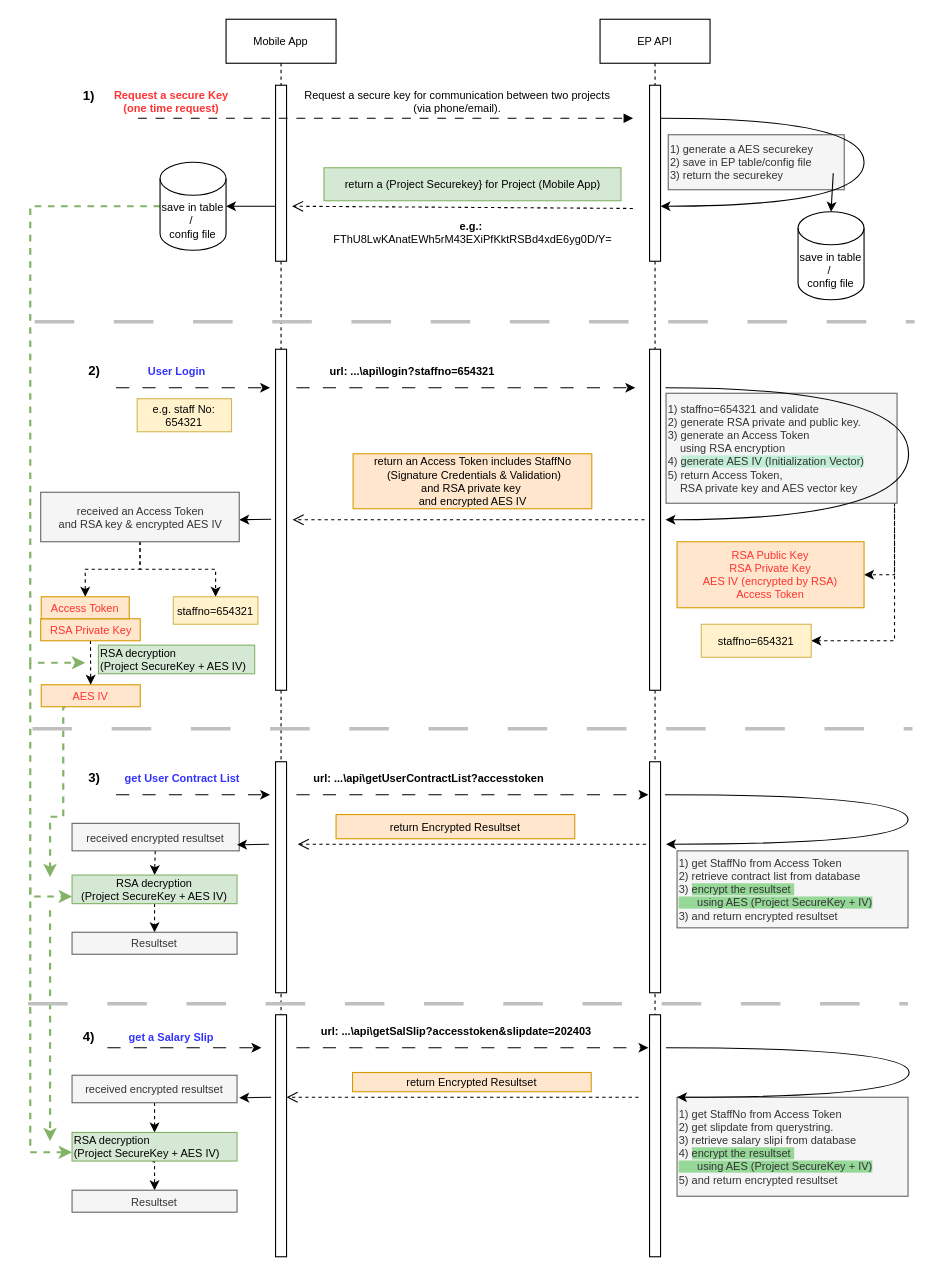
The draw.io diagram employeePortal_API_workflow.drawio in mujianlo/hrpt_drawio, before the edit. Source tidied: cells renumbered, new cells numbered last; positions are measured from the earlier drawing's top-left corner, leaving out a move shared by most shapes. Both pictures are drawn from the tidied source at 110%, with x=0, y=0 at pixel (28, 19).
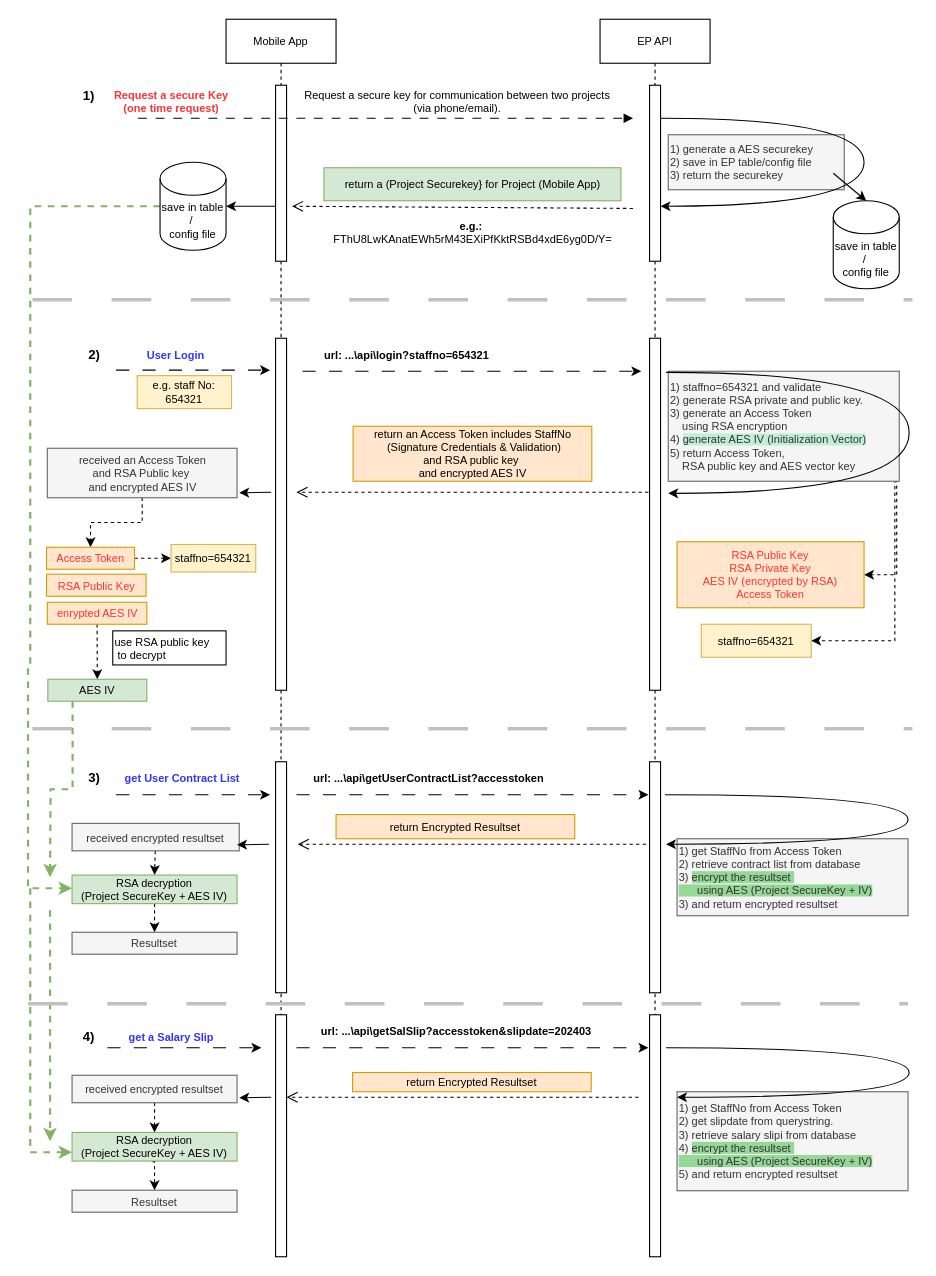
The same page after the edit.

The change refers to these unchanged cells:
```xml
<mxCell id="6" value="Mobile App" style="shape=umlLifeline;perimeter=lifelinePerimeter;whiteSpace=wrap;html=1;newEdgeStyle={&quot;edgeStyle&quot;:&quot;elbowEdgeStyle&quot;,&quot;elbow&quot;:&quot;vertical&quot;,&quot;curved&quot;:0,&quot;rounded&quot;:0};fontSize=10;" parent="1" vertex="1">
  <mxGeometry x="180" width="100" height="1115" as="geometry" />
</mxCell>
<mxCell id="9" value="EP API" style="shape=umlLifeline;perimeter=lifelinePerimeter;whiteSpace=wrap;html=1;newEdgeStyle={&quot;edgeStyle&quot;:&quot;elbowEdgeStyle&quot;,&quot;elbow&quot;:&quot;vertical&quot;,&quot;curved&quot;:0,&quot;rounded&quot;:0};fontSize=10;" parent="1" vertex="1">
  <mxGeometry x="520" width="100" height="1125" as="geometry" />
</mxCell>
<mxCell id="17" value="&lt;div style=&quot;font-size: 10px;&quot;&gt;save in table /&amp;nbsp;&lt;/div&gt;&lt;div style=&quot;font-size: 10px;&quot;&gt;config file&lt;br style=&quot;font-size: 10px;&quot;&gt;&lt;/div&gt;" style="shape=cylinder3;whiteSpace=wrap;html=1;boundedLbl=1;backgroundOutline=1;size=15;fontSize=10;" parent="1" vertex="1">
  <mxGeometry x="120" y="130" width="60" height="80" as="geometry" />
</mxCell>
<mxCell id="64" value="&lt;div&gt;RSA decryption&lt;/div&gt;&lt;div&gt;(Project SecureKey + AES IV) &lt;/div&gt;" style="rounded=0;whiteSpace=wrap;html=1;fontSize=10;strokeColor=#82b366;align=center;fillColor=#d5e8d4;" parent="1" vertex="1">
  <mxGeometry x="40" y="778" width="150" height="26" as="geometry" />
</mxCell>
```

Change to the diagram source:
```diff
@@
-    <mxCell id="2" value="&lt;div&gt;RSA decryption&lt;/div&gt;&lt;div&gt;(Project SecureKey + AES IV) &lt;/div&gt;" style="rounded=0;whiteSpace=wrap;html=1;fontSize=10;strokeColor=#82b366;align=left;fillColor=#d5e8d4;" parent="1" vertex="1">
-      <mxGeometry x="64" y="569" width="142" height="26" as="geometry" />
+    <mxCell id="2" value="&lt;div&gt;use RSA public key&lt;/div&gt;&lt;div&gt;&amp;nbsp;to decrypt&lt;br&gt;&lt;/div&gt;" style="rounded=0;whiteSpace=wrap;html=1;fontSize=10;align=left;" parent="1" vertex="1">
+      <mxGeometry x="77" y="556" width="103" height="31" as="geometry" />
     </mxCell>
@@
-    <mxCell id="4" value="&lt;div&gt;return an Access Token includes StaffNo&lt;br&gt;&lt;/div&gt;&lt;div&gt;&amp;nbsp;(Signature Credentials &amp;amp; Validation)&lt;/div&gt;&lt;div&gt;and RSA private key&amp;nbsp;&lt;/div&gt;&lt;div&gt;and encrypted AES IV&lt;br&gt;&lt;/div&gt;" style="rounded=0;whiteSpace=wrap;html=1;fillColor=#ffe6cc;strokeColor=#d79b00;fontSize=10;" parent="1" vertex="1">
-      <mxGeometry x="295.5" y="395" width="217" height="50" as="geometry" />
+    <mxCell id="4" value="&lt;div&gt;return an Access Token includes StaffNo&lt;br&gt;&lt;/div&gt;&lt;div&gt;&amp;nbsp;(Signature Credentials &amp;amp; Validation)&lt;/div&gt;&lt;div&gt;and RSA public key&amp;nbsp;&lt;/div&gt;&lt;div&gt;and encrypted AES IV&lt;br&gt;&lt;/div&gt;" style="rounded=0;whiteSpace=wrap;html=1;fillColor=#ffe6cc;strokeColor=#d79b00;fontSize=10;" parent="1" vertex="1">
+      <mxGeometry x="295.5" y="370" width="217" height="50" as="geometry" />
     </mxCell>
@@
     <mxCell id="8" style="html=1;perimeter=orthogonalPerimeter;targetShapes=umlLifeline;newEdgeStyle={&quot;curved&quot;:0,&quot;rounded&quot;:0};fontSize=10;" parent="6" vertex="1">
-      <mxGeometry x="45" y="300" width="10" height="310" as="geometry" />
+      <mxGeometry x="45" y="290" width="10" height="320" as="geometry" />
     </mxCell>
@@
     <mxCell id="12" style="html=1;perimeter=orthogonalPerimeter;targetShapes=umlLifeline;newEdgeStyle={&quot;curved&quot;:0,&quot;rounded&quot;:0};fontSize=10;" parent="9" vertex="1">
-      <mxGeometry x="45" y="300" width="10" height="310" as="geometry" />
+      <mxGeometry x="45" y="290" width="10" height="320" as="geometry" />
     </mxCell>
@@
-    <mxCell id="16" style="edgeStyle=orthogonalEdgeStyle;rounded=0;jettySize=auto;html=1;exitX=0;exitY=0.5;exitDx=0;exitDy=0;exitPerimeter=0;strokeWidth=2;fillColor=#d5e8d4;strokeColor=#82b366;dashed=1;" parent="1" edge="1" source="17">
+    <mxCell id="16" style="edgeStyle=orthogonalEdgeStyle;rounded=0;jettySize=auto;html=1;exitX=0;exitY=0.5;exitDx=0;exitDy=0;exitPerimeter=0;strokeWidth=2;fillColor=#d5e8d4;strokeColor=#82b366;dashed=1;entryX=0;entryY=0.462;entryDx=0;entryDy=0;entryPerimeter=0;" parent="1" edge="1" source="17" target="64">
       <mxGeometry relative="1" as="geometry">
-        <mxPoint x="52" y="585" as="targetPoint" />
         <Array as="points">
           <mxPoint x="2" y="170" />
           <mxPoint x="2" y="585" />
-          <mxPoint x="42" y="585" />
+          <mxPoint y="585" />
+          <mxPoint y="790" />
         </Array>
       </mxGeometry>
     </mxCell>
@@
     <mxCell id="20" value="&lt;div style=&quot;font-size: 10px;&quot;&gt;save in table /&amp;nbsp;&lt;/div&gt;&lt;div style=&quot;font-size: 10px;&quot;&gt;config file&lt;br style=&quot;font-size: 10px;&quot;&gt;&lt;/div&gt;" style="shape=cylinder3;whiteSpace=wrap;html=1;boundedLbl=1;backgroundOutline=1;size=15;fontSize=10;" parent="1" vertex="1">
-      <mxGeometry x="700" y="175" width="60" height="80" as="geometry" />
+      <mxGeometry x="732" y="165" width="60" height="80" as="geometry" />
     </mxCell>
@@
     <mxCell id="22" value="User Login" style="text;html=1;align=center;verticalAlign=middle;strokeColor=none;fillColor=none;fontSize=10;fontStyle=1;fontColor=#3333FF;" parent="1" vertex="1">
-      <mxGeometry x="100" y="305" width="70" height="30" as="geometry" />
+      <mxGeometry x="99.2" y="290" width="70" height="30" as="geometry" />
     </mxCell>
     <mxCell id="23" style="endArrow=classic;html=1;rounded=0;dashed=1;dashPattern=12 12;fontSize=10;" parent="1" edge="1">
       <mxGeometry relative="1" as="geometry">
-        <mxPoint x="80" y="335" as="sourcePoint" />
-        <mxPoint x="220" y="335" as="targetPoint" />
+        <mxPoint x="80" y="319" as="sourcePoint" />
+        <mxPoint x="220" y="319" as="targetPoint" />
       </mxGeometry>
     </mxCell>
     <mxCell id="24" style="endArrow=classic;html=1;rounded=0;dashed=1;dashPattern=12 12;edgeStyle=elbowEdgeStyle;fontSize=10;" parent="1" edge="1">
       <mxGeometry relative="1" as="geometry">
-        <mxPoint x="244" y="335" as="sourcePoint" />
-        <mxPoint x="552" y="335" as="targetPoint" />
+        <mxPoint x="249.5" y="320" as="sourcePoint" />
+        <mxPoint x="557.5" y="320" as="targetPoint" />
       </mxGeometry>
     </mxCell>
     <mxCell id="25" value="url: ...\api\login?staffno=654321" style="text;html=1;align=center;verticalAlign=middle;strokeColor=none;fillColor=none;fontStyle=1;fontSize=10;" parent="1" vertex="1">
-      <mxGeometry x="263.5" y="305" width="170" height="30" as="geometry" />
+      <mxGeometry x="259" y="290" width="170" height="30" as="geometry" />
     </mxCell>
@@
-    <mxCell id="28" value="&lt;div style=&quot;font-size: 10px;&quot;&gt;&lt;font style=&quot;font-size: 10px;&quot;&gt;1) staffno=654321 and validate&lt;br style=&quot;font-size: 10px;&quot;&gt;&lt;/font&gt;&lt;/div&gt;&lt;div style=&quot;font-size: 10px;&quot;&gt;&lt;font style=&quot;font-size: 10px;&quot;&gt;2) generate RSA&lt;font style=&quot;font-size: 10px;&quot;&gt; private and public key.&lt;/font&gt;&lt;/font&gt;&lt;/div&gt;&lt;div style=&quot;font-size: 10px;&quot;&gt;&lt;font style=&quot;font-size: 10px;&quot;&gt;&lt;font style=&quot;font-size: 10px;&quot;&gt;3) generate an Access Token&amp;nbsp;&lt;/font&gt;&lt;/font&gt;&lt;/div&gt;&lt;div style=&quot;font-size: 10px;&quot;&gt;&lt;font style=&quot;font-size: 10px;&quot;&gt;&lt;font style=&quot;font-size: 10px;&quot;&gt;&amp;nbsp;&amp;nbsp;&amp;nbsp; using RSA encryption&lt;br&gt;&lt;/font&gt;&lt;/font&gt;&lt;/div&gt;&lt;div style=&quot;font-size: 10px;&quot;&gt;&lt;font style=&quot;font-size: 10px;&quot;&gt;&lt;font style=&quot;font-size: 10px;&quot;&gt;4) &lt;/font&gt;&lt;/font&gt;&lt;font style=&quot;font-size: 10px; background-color: rgb(193, 238, 213);&quot;&gt;&lt;font style=&quot;font-size: 10px;&quot;&gt;generate AES IV (Initialization Vector)&lt;br&gt;&lt;/font&gt;&lt;/font&gt;&lt;/div&gt;&lt;div&gt;5) return Access Token,&amp;nbsp;&lt;/div&gt;&lt;div&gt;&amp;nbsp;&amp;nbsp;&amp;nbsp; RSA private key and AES vector key&lt;br&gt;&lt;/div&gt;" style="text;html=1;align=left;verticalAlign=middle;points=[];fontSize=10;fillColor=#f5f5f5;fontColor=#333333;strokeColor=#666666;" parent="1" vertex="1">
-      <mxGeometry x="580" y="340" width="210" height="100" as="geometry" />
+    <mxCell id="28" value="&lt;div style=&quot;font-size: 10px;&quot;&gt;&lt;font style=&quot;font-size: 10px;&quot;&gt;1) staffno=654321 and validate&lt;br style=&quot;font-size: 10px;&quot;&gt;&lt;/font&gt;&lt;/div&gt;&lt;div style=&quot;font-size: 10px;&quot;&gt;&lt;font style=&quot;font-size: 10px;&quot;&gt;2) generate RSA&lt;font style=&quot;font-size: 10px;&quot;&gt; private and public key.&lt;/font&gt;&lt;/font&gt;&lt;/div&gt;&lt;div style=&quot;font-size: 10px;&quot;&gt;&lt;font style=&quot;font-size: 10px;&quot;&gt;&lt;font style=&quot;font-size: 10px;&quot;&gt;3) generate an Access Token&amp;nbsp;&lt;/font&gt;&lt;/font&gt;&lt;/div&gt;&lt;div style=&quot;font-size: 10px;&quot;&gt;&lt;font style=&quot;font-size: 10px;&quot;&gt;&lt;font style=&quot;font-size: 10px;&quot;&gt;&amp;nbsp;&amp;nbsp;&amp;nbsp; using RSA encryption&lt;br&gt;&lt;/font&gt;&lt;/font&gt;&lt;/div&gt;&lt;div style=&quot;font-size: 10px;&quot;&gt;&lt;font style=&quot;font-size: 10px;&quot;&gt;&lt;font style=&quot;font-size: 10px;&quot;&gt;4) &lt;/font&gt;&lt;/font&gt;&lt;font style=&quot;font-size: 10px; background-color: rgb(193, 238, 213);&quot;&gt;&lt;font style=&quot;font-size: 10px;&quot;&gt;generate AES IV (Initialization Vector)&lt;br&gt;&lt;/font&gt;&lt;/font&gt;&lt;/div&gt;&lt;div&gt;5) return Access Token,&amp;nbsp;&lt;/div&gt;&lt;div&gt;&amp;nbsp;&amp;nbsp;&amp;nbsp; RSA public key and AES vector key&lt;br&gt;&lt;/div&gt;" style="text;html=1;align=left;verticalAlign=middle;points=[];fontSize=10;fillColor=#f5f5f5;fontColor=#333333;strokeColor=#666666;" parent="1" vertex="1">
+      <mxGeometry x="582" y="320" width="210" height="100" as="geometry" />
     </mxCell>
     <mxCell id="29" style="html=1;verticalAlign=bottom;endArrow=open;dashed=1;endSize=8;elbow=horizontal;rounded=0;fontSize=10;" parent="1" edge="1">
       <mxGeometry relative="1" as="geometry">
-        <mxPoint x="560.5" y="455" as="sourcePoint" />
-        <mxPoint x="240.5" y="455" as="targetPoint" />
+        <mxPoint x="564" y="430" as="sourcePoint" />
+        <mxPoint x="244" y="430" as="targetPoint" />
       </mxGeometry>
     </mxCell>
     <mxCell id="30" style="edgeStyle=orthogonalEdgeStyle;rounded=0;orthogonalLoop=1;jettySize=auto;html=1;elbow=vertical;curved=1;fontSize=10;" parent="1" edge="1">
       <mxGeometry relative="1" as="geometry">
-        <mxPoint x="579.5" y="335" as="sourcePoint" />
-        <mxPoint x="579.5" y="455" as="targetPoint" />
+        <mxPoint x="580" y="321" as="sourcePoint" />
+        <mxPoint x="582" y="431" as="targetPoint" />
         <Array as="points">
-          <mxPoint x="800.5" y="335" />
-          <mxPoint x="800.5" y="455" />
+          <mxPoint x="801" y="321" />
+          <mxPoint x="801" y="431" />
         </Array>
       </mxGeometry>
     </mxCell>
     <mxCell id="31" style="endArrow=none;dashed=1;html=1;rounded=0;dashPattern=12 12;fillColor=#e1d5e7;strokeColor=#c0c0c0;strokeWidth=3;" parent="1" edge="1">
       <mxGeometry relative="1" as="geometry">
-        <mxPoint x="6" y="275" as="sourcePoint" />
-        <mxPoint x="806" y="275" as="targetPoint" />
+        <mxPoint x="4" y="255" as="sourcePoint" />
+        <mxPoint x="804" y="255" as="targetPoint" />
       </mxGeometry>
     </mxCell>
-    <mxCell id="32" style="edgeStyle=orthogonalEdgeStyle;rounded=0;jettySize=auto;html=1;strokeWidth=2;fillColor=#d5e8d4;strokeColor=#82b366;dashed=1;exitX=0.25;exitY=1;exitDx=0;exitDy=0;" parent="1" edge="1" source="33">
+    <mxCell id="32" style="rounded=0;jettySize=auto;html=1;strokeWidth=2;fillColor=#d5e8d4;strokeColor=#82b366;dashed=1;exitX=0.25;exitY=1;exitDx=0;exitDy=0;edgeStyle=orthogonalEdgeStyle;" parent="1" edge="1" source="33">
       <mxGeometry relative="1" as="geometry">
         <mxPoint x="20" y="780" as="targetPoint" />
-        <Array as="points">
-          <mxPoint x="32" y="625" />
-          <mxPoint x="32" y="725" />
-          <mxPoint x="20" y="725" />
-          <mxPoint x="20" y="780" />
-        </Array>
       </mxGeometry>
     </mxCell>
-    <mxCell id="33" value="AES IV" style="rounded=0;whiteSpace=wrap;html=1;fillColor=#ffe6cc;strokeColor=#d79b00;fontSize=10;fontColor=#FF3333;" parent="1" vertex="1">
-      <mxGeometry x="12" y="605" width="90" height="20" as="geometry" />
+    <mxCell id="33" value="AES IV" style="rounded=0;whiteSpace=wrap;html=1;fillColor=#d5e8d4;strokeColor=#82b366;fontSize=10;" parent="1" vertex="1">
+      <mxGeometry x="18" y="600" width="90" height="20" as="geometry" />
     </mxCell>
@@
     <mxCell id="36" value="&lt;b&gt;2)&lt;/b&gt;" style="text;html=1;align=center;verticalAlign=middle;strokeColor=none;fillColor=none;" parent="1" vertex="1">
-      <mxGeometry x="45" y="305" width="30" height="30" as="geometry" />
+      <mxGeometry x="45" y="290" width="30" height="30" as="geometry" />
     </mxCell>
@@
     <mxCell id="42" value="&lt;div&gt;1) get StaffNo from Access Token&lt;/div&gt;&lt;div&gt;2) retrieve contract list from database&lt;/div&gt;&lt;div&gt;3) &lt;span style=&quot;background-color: rgb(150, 216, 152);&quot;&gt;encrypt the resultset&amp;nbsp;&lt;/span&gt;&lt;/div&gt;&lt;div&gt;&lt;span style=&quot;background-color: rgb(150, 216, 152);&quot;&gt;&amp;nbsp;&amp;nbsp;&amp;nbsp;&amp;nbsp;&amp;nbsp; using AES (Project SecureKey + IV)&lt;/span&gt;&lt;br&gt;&lt;/div&gt;&lt;div&gt;3) and return encrypted resultset &lt;br&gt;&lt;/div&gt;" style="text;html=1;align=left;verticalAlign=middle;strokeColor=#666666;fillColor=#f5f5f5;fontSize=10;fontColor=#333333;" parent="1" vertex="1">
-      <mxGeometry x="590" y="756" width="210" height="70" as="geometry" />
+      <mxGeometry x="590" y="745" width="210" height="70" as="geometry" />
     </mxCell>
@@
-    <mxCell id="44" style="endArrow=classic;html=1;rounded=0;edgeStyle=elbowEdgeStyle;dashed=1;fillColor=#d5e8d4;strokeColor=#82b366;strokeWidth=2;fontSize=10;entryX=0;entryY=0.75;entryDx=0;entryDy=0;" parent="1" edge="1" target="64">
-      <mxGeometry relative="1" as="geometry">
-        <mxPoint x="2" y="585" as="sourcePoint" />
-        <Array as="points">
-          <mxPoint x="2" y="785" />
-        </Array>
-      </mxGeometry>
-    </mxCell>
@@
     <mxCell id="49" value="e.g. staff No: &lt;br style=&quot;font-size: 10px;&quot;&gt;654321" style="rounded=0;whiteSpace=wrap;html=1;fillColor=#fff2cc;strokeColor=#d6b656;fontSize=10;" parent="1" vertex="1">
-      <mxGeometry x="99.2" y="345" width="85.8" height="30" as="geometry" />
+      <mxGeometry x="99.2" y="324" width="85.8" height="30" as="geometry" />
     </mxCell>
     <mxCell id="50" style="rounded=0;orthogonalLoop=1;jettySize=auto;html=1;elbow=vertical;fontSize=10;" parent="1" edge="1">
       <mxGeometry relative="1" as="geometry">
-        <mxPoint x="221" y="454.5" as="sourcePoint" />
-        <mxPoint x="192" y="455" as="targetPoint" />
+        <mxPoint x="221" y="430" as="sourcePoint" />
+        <mxPoint x="192" y="430.5" as="targetPoint" />
       </mxGeometry>
     </mxCell>
@@
-    <mxCell id="53" style="edgeStyle=orthogonalEdgeStyle;rounded=0;jettySize=auto;html=1;dashed=1;entryX=0.5;entryY=0;entryDx=0;entryDy=0;exitX=0.5;exitY=1;exitDx=0;exitDy=0;" parent="1" edge="1" source="58" target="57">
+    <mxCell id="53" style="rounded=0;jettySize=auto;html=1;dashed=1;entryX=0;entryY=0.5;entryDx=0;entryDy=0;exitX=1;exitY=0.5;exitDx=0;exitDy=0;" parent="1" edge="1" source="55" target="57">
       <mxGeometry relative="1" as="geometry" />
     </mxCell>
-    <mxCell id="54" value="RSA Private Key" style="rounded=0;whiteSpace=wrap;html=1;fillColor=#ffe6cc;strokeColor=#d79b00;fontSize=10;fontColor=#FF3333;" parent="1" vertex="1">
-      <mxGeometry x="11.5" y="545" width="90.5" height="20" as="geometry" />
+    <mxCell id="54" value="enrypted AES IV" style="rounded=0;whiteSpace=wrap;html=1;fillColor=#ffe6cc;strokeColor=#d79b00;fontSize=10;fontColor=#FF3333;" parent="1" vertex="1">
+      <mxGeometry x="17.5" y="530" width="90.5" height="20" as="geometry" />
     </mxCell>
     <mxCell id="55" value="Access Token" style="rounded=0;whiteSpace=wrap;html=1;fillColor=#ffe6cc;strokeColor=#d79b00;fontSize=10;fontColor=#FF3333;" parent="1" vertex="1">
-      <mxGeometry x="12" y="525" width="80" height="20" as="geometry" />
+      <mxGeometry x="16.8" y="480" width="80" height="20" as="geometry" />
     </mxCell>
@@
     <mxCell id="57" value="&lt;div&gt;staffno=654321&lt;/div&gt;" style="rounded=0;whiteSpace=wrap;html=1;fillColor=#fff2cc;strokeColor=#d6b656;fontSize=10;" parent="1" vertex="1">
-      <mxGeometry x="132" y="525" width="77" height="25" as="geometry" />
+      <mxGeometry x="130" y="477.5" width="77" height="25" as="geometry" />
     </mxCell>
-    <mxCell id="58" value="&lt;div&gt;received an Access Token&lt;/div&gt;&lt;div&gt;and RSA key &amp;amp; encrypted AES IV&lt;br&gt;&lt;/div&gt;" style="rounded=0;whiteSpace=wrap;html=1;fillColor=#f5f5f5;strokeColor=#666666;fontSize=10;fontColor=#333333;" parent="1" vertex="1">
-      <mxGeometry x="11.5" y="430" width="180.5" height="45" as="geometry" />
+    <mxCell id="58" value="&lt;div&gt;received an Access Token&lt;/div&gt;&lt;div&gt;and RSA Public key&amp;nbsp;&lt;/div&gt;&lt;div&gt;and encrypted AES IV&lt;br&gt;&lt;/div&gt;" style="rounded=0;whiteSpace=wrap;html=1;fillColor=#f5f5f5;strokeColor=#666666;fontSize=10;fontColor=#333333;" parent="1" vertex="1">
+      <mxGeometry x="17.5" y="390" width="172.5" height="45" as="geometry" />
     </mxCell>
@@
     <mxCell id="70" value="&lt;div&gt;1) get StaffNo from Access Token&lt;/div&gt;&lt;div&gt;2) get slipdate from querystring.&lt;/div&gt;&lt;div&gt;3) retrieve salary slipi from database&lt;/div&gt;&lt;div&gt;4) &lt;span style=&quot;background-color: rgb(150, 216, 152);&quot;&gt;encrypt the resultset&amp;nbsp;&lt;/span&gt;&lt;/div&gt;&lt;div&gt;&lt;span style=&quot;background-color: rgb(150, 216, 152);&quot;&gt;&amp;nbsp;&amp;nbsp;&amp;nbsp;&amp;nbsp;&amp;nbsp; using AES (Project SecureKey + IV)&lt;/span&gt;&lt;br&gt;&lt;/div&gt;&lt;div&gt;5) and return encrypted resultset &lt;br&gt;&lt;/div&gt;" style="text;html=1;align=left;verticalAlign=middle;strokeColor=#666666;fillColor=#f5f5f5;fontSize=10;fontColor=#333333;" parent="1" vertex="1">
-      <mxGeometry x="590" y="980" width="210" height="90" as="geometry" />
+      <mxGeometry x="590" y="975" width="210" height="90" as="geometry" />
     </mxCell>
@@
-    <mxCell id="82" value="&lt;div&gt;RSA decryption&lt;/div&gt;&lt;div&gt;(Project SecureKey + AES IV) &lt;/div&gt;" style="rounded=0;whiteSpace=wrap;html=1;fontSize=10;strokeColor=#82b366;align=left;fillColor=#d5e8d4;" parent="1" vertex="1">
+    <mxCell id="82" value="&lt;div&gt;RSA decryption&lt;/div&gt;&lt;div&gt;(Project SecureKey + AES IV) &lt;/div&gt;" style="rounded=0;whiteSpace=wrap;html=1;fontSize=10;strokeColor=#82b366;align=center;fillColor=#d5e8d4;" parent="1" vertex="1">
       <mxGeometry x="40" y="1012" width="150" height="26" as="geometry" />
     </mxCell>
@@
+    <mxCell id="86" value="RSA Public Key" style="rounded=0;whiteSpace=wrap;html=1;fillColor=#ffe6cc;strokeColor=#d79b00;fontSize=10;fontColor=#FF3333;" parent="1" vertex="1">
+      <mxGeometry x="16.8" y="504.5" width="90.5" height="20" as="geometry" />
+    </mxCell>
```
